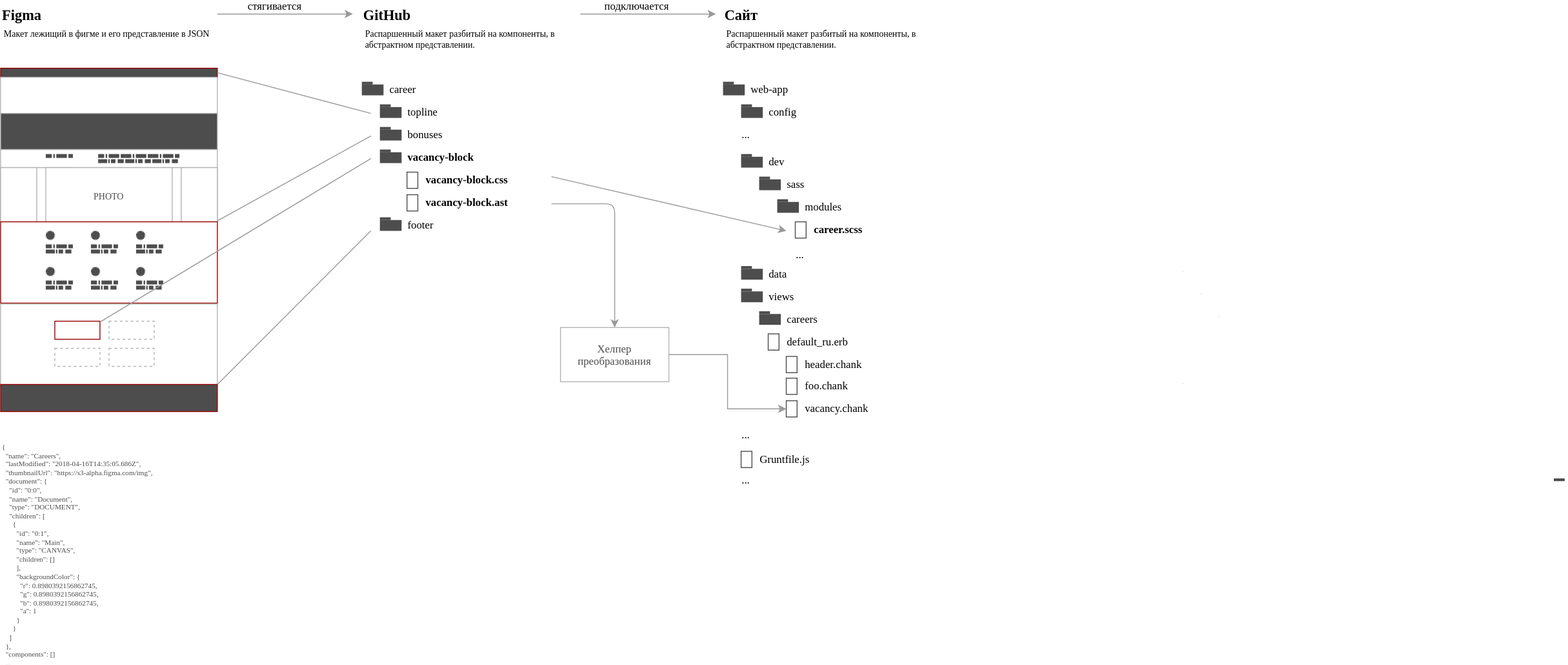
The draw.io diagram ambitious-figma.svg in ajile/draw-io, before a commit. Source tidied: cells renumbered, new cells last; positions are measured from the earlier drawing's top-left corner, leaving out a move shared by most shapes.
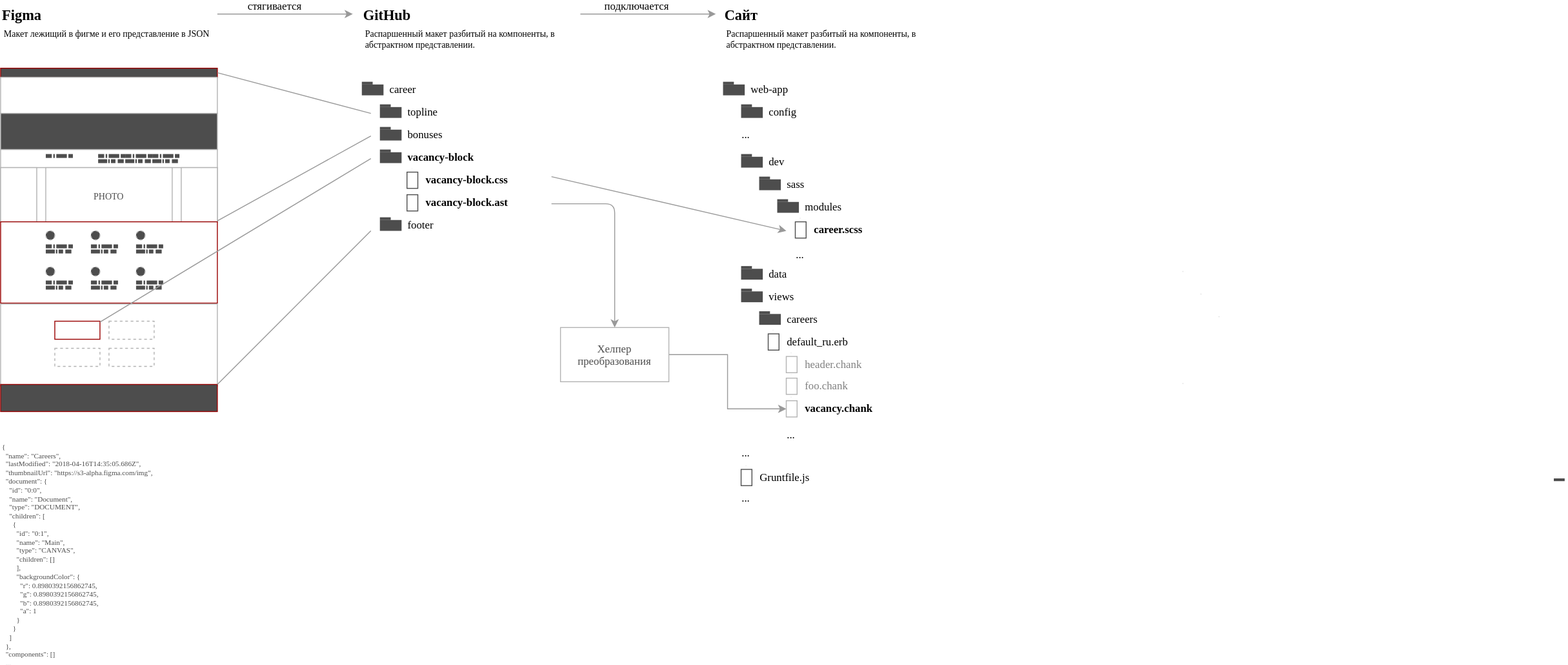
After the change.

What changed in the source:
```diff
@@ -673,7 +673,7 @@
       <mxGeometry x="824" y="83" width="136" height="20" as="geometry" />
     </mxCell>
     <mxCell id="220" style="group;strokeColor=none;" parent="98" vertex="1">
-      <mxGeometry x="820" y="490" width="14" height="25" as="geometry" />
+      <mxGeometry x="820" y="510" width="14" height="25" as="geometry" />
     </mxCell>
     <mxCell id="221" style="edgeStyle=none;rounded=0;html=1;exitX=0.75;exitY=0;entryX=0.75;entryY=0;dashed=1;labelBackgroundColor=none;startArrow=none;startFill=0;startSize=16;endArrow=classicThin;endFill=1;endSize=4;jettySize=auto;orthogonalLoop=1;strokeColor=#999999;strokeWidth=1;fontFamily=Verdana;fontSize=10;fontColor=#000000;" parent="220" edge="1">
       <mxGeometry relative="1" as="geometry">
@@ -688,7 +688,7 @@
       <mxGeometry y="-1" width="12" height="18" as="geometry" />
     </mxCell>
     <mxCell id="224" value="Gruntfile.js&lt;br style=&quot;font-size: 12px&quot;&gt;" style="text;html=1;strokeColor=none;fillColor=none;align=left;verticalAlign=middle;whiteSpace=wrap;rounded=0;shadow=0;fontFamily=Verdana;fontSize=12;fontColor=#000000;spacingLeft=5;" parent="98" vertex="1">
-      <mxGeometry x="834" y="492" width="136" height="20" as="geometry" />
+      <mxGeometry x="834" y="512" width="136" height="20" as="geometry" />
     </mxCell>
     <mxCell id="225" value="...&lt;br style=&quot;font-size: 12px&quot;&gt;" style="text;html=1;strokeColor=none;fillColor=none;align=left;verticalAlign=middle;whiteSpace=wrap;rounded=0;shadow=0;fontFamily=Verdana;fontSize=12;fontColor=#000000;spacingLeft=5;" parent="98" vertex="1">
       <mxGeometry x="814" y="133" width="136" height="20" as="geometry" />
@@ -730,10 +730,10 @@
       <mxGeometry x="864" y="362" width="136" height="20" as="geometry" />
     </mxCell>
     <mxCell id="237" value="...&lt;br style=&quot;font-size: 12px&quot;&gt;" style="text;html=1;strokeColor=none;fillColor=none;align=left;verticalAlign=middle;whiteSpace=wrap;rounded=0;shadow=0;fontFamily=Verdana;fontSize=12;fontColor=#000000;spacingLeft=5;" parent="98" vertex="1">
-      <mxGeometry x="814" y="465" width="136" height="20" as="geometry" />
+      <mxGeometry x="814" y="485" width="136" height="20" as="geometry" />
     </mxCell>
     <mxCell id="238" value="...&lt;br style=&quot;font-size: 12px&quot;&gt;" style="text;html=1;strokeColor=none;fillColor=none;align=left;verticalAlign=middle;whiteSpace=wrap;rounded=0;shadow=0;fontFamily=Verdana;fontSize=12;fontColor=#000000;spacingLeft=5;" parent="98" vertex="1">
-      <mxGeometry x="814" y="515" width="136" height="20" as="geometry" />
+      <mxGeometry x="814" y="535" width="136" height="20" as="geometry" />
     </mxCell>
     <mxCell id="239" style="endArrow=classic;html=1;labelBackgroundColor=none;strokeColor=#999999;strokeWidth=1;fontFamily=Verdana;fontSize=12;fontColor=#000000;startArrow=none;startFill=0;endFill=1;entryX=0.5;entryY=0;edgeStyle=orthogonalEdgeStyle;" parent="98" edge="1" target="273">
       <mxGeometry relative="1" as="geometry">
@@ -878,10 +878,10 @@
     <mxCell id="276" style="group;" parent="274" vertex="1">
       <mxGeometry y="5" width="14" height="20" as="geometry" />
     </mxCell>
-    <mxCell id="277" style="rounded=0;whiteSpace=wrap;html=1;shadow=0;strokeColor=#4D4D4D;strokeWidth=1;fillColor=#ffffff;fontFamily=Verdana;fontSize=10;fontColor=#000000;align=left;gradientColor=none;" parent="276" vertex="1">
+    <mxCell id="277" style="rounded=0;whiteSpace=wrap;html=1;shadow=0;strokeColor=#B3B3B3;strokeWidth=1;fillColor=#ffffff;fontFamily=Verdana;fontSize=10;fontColor=#000000;align=left;gradientColor=none;" parent="276" vertex="1">
       <mxGeometry y="-1" width="12" height="18" as="geometry" />
     </mxCell>
-    <mxCell id="278" value="header.chank&lt;br style=&quot;font-size: 12px&quot;&gt;" style="text;html=1;strokeColor=none;fillColor=none;align=left;verticalAlign=middle;whiteSpace=wrap;rounded=0;shadow=0;fontFamily=Verdana;fontSize=12;fontColor=#000000;spacingLeft=5;fontStyle=0;" parent="98" vertex="1">
+    <mxCell id="278" value="header.chank&lt;br style=&quot;font-size: 12px&quot;&gt;" style="text;html=1;strokeColor=none;fillColor=none;align=left;verticalAlign=middle;whiteSpace=wrap;rounded=0;shadow=0;fontFamily=Verdana;fontSize=12;fontColor=#808080;spacingLeft=5;fontStyle=0;" parent="98" vertex="1">
       <mxGeometry x="884" y="387" width="136" height="20" as="geometry" />
     </mxCell>
     <mxCell id="279" style="group;strokeColor=none;" parent="98" vertex="1">
@@ -896,10 +896,13 @@
     <mxCell id="281" style="group;" parent="279" vertex="1">
       <mxGeometry y="5" width="14" height="20" as="geometry" />
     </mxCell>
-    <mxCell id="282" style="rounded=0;whiteSpace=wrap;html=1;shadow=0;strokeColor=#4D4D4D;strokeWidth=1;fillColor=#ffffff;fontFamily=Verdana;fontSize=10;fontColor=#000000;align=left;gradientColor=none;" parent="281" vertex="1">
+    <mxCell id="282" style="rounded=0;whiteSpace=wrap;html=1;shadow=0;strokeColor=#B3B3B3;strokeWidth=1;fillColor=#ffffff;fontFamily=Verdana;fontSize=10;fontColor=#000000;align=left;gradientColor=none;" parent="281" vertex="1">
       <mxGeometry y="-1" width="12" height="18" as="geometry" />
     </mxCell>
+    <mxCell id="290" style="edgeStyle=orthogonalEdgeStyle;rounded=0;html=1;exitX=0;exitY=0.5;entryX=0;entryY=0.5;labelBackgroundColor=none;startArrow=none;startFill=0;endArrow=classic;endFill=1;jettySize=auto;orthogonalLoop=1;strokeColor=#B3B3B3;strokeWidth=1;fontFamily=Verdana;fontSize=12;fontColor=#4D4D4D;" parent="281" edge="1" source="282" target="282">
+      <mxGeometry relative="1" as="geometry" />
+    </mxCell>
-    <mxCell id="283" value="foo.chank&lt;br style=&quot;font-size: 12px&quot;&gt;" style="text;html=1;strokeColor=none;fillColor=none;align=left;verticalAlign=middle;whiteSpace=wrap;rounded=0;shadow=0;fontFamily=Verdana;fontSize=12;fontColor=#000000;spacingLeft=5;fontStyle=0;" parent="98" vertex="1">
+    <mxCell id="283" value="foo.chank&lt;br style=&quot;font-size: 12px&quot;&gt;" style="text;html=1;strokeColor=none;fillColor=none;align=left;verticalAlign=middle;whiteSpace=wrap;rounded=0;shadow=0;fontFamily=Verdana;fontSize=12;fontColor=#808080;spacingLeft=5;fontStyle=0;" parent="98" vertex="1">
       <mxGeometry x="884" y="411" width="136" height="20" as="geometry" />
     </mxCell>
     <mxCell id="284" style="group;strokeColor=none;" parent="98" vertex="1">
@@ -914,14 +917,20 @@
     <mxCell id="286" style="group;" parent="284" vertex="1">
       <mxGeometry y="5" width="14" height="20" as="geometry" />
     </mxCell>
-    <mxCell id="287" style="rounded=0;whiteSpace=wrap;html=1;shadow=0;strokeColor=#4D4D4D;strokeWidth=1;fillColor=#ffffff;fontFamily=Verdana;fontSize=10;fontColor=#000000;align=left;gradientColor=none;" parent="286" vertex="1">
+    <mxCell id="287" style="rounded=0;whiteSpace=wrap;html=1;shadow=0;strokeColor=#B3B3B3;strokeWidth=1;fillColor=#ffffff;fontFamily=Verdana;fontSize=10;fontColor=#000000;align=left;gradientColor=none;" parent="286" vertex="1">
       <mxGeometry y="-1" width="12" height="18" as="geometry" />
     </mxCell>
-    <mxCell id="288" value="vacancy.chank&lt;br style=&quot;font-size: 12px&quot;&gt;" style="text;html=1;strokeColor=none;fillColor=none;align=left;verticalAlign=middle;whiteSpace=wrap;rounded=0;shadow=0;fontFamily=Verdana;fontSize=12;fontColor=#000000;spacingLeft=5;fontStyle=0;" parent="98" vertex="1">
+    <mxCell id="288" value="vacancy.chank&lt;br style=&quot;font-size: 12px&quot;&gt;" style="text;html=1;strokeColor=none;fillColor=none;align=left;verticalAlign=middle;whiteSpace=wrap;rounded=0;shadow=0;fontFamily=Verdana;fontSize=12;fontColor=#000000;spacingLeft=5;fontStyle=1;" parent="98" vertex="1">
       <mxGeometry x="884" y="436" width="136" height="20" as="geometry" />
     </mxCell>
-    <mxCell id="289" style="edgeStyle=orthogonalEdgeStyle;rounded=0;html=1;exitX=0.25;exitY=1;entryX=0.25;entryY=1;labelBackgroundColor=none;startArrow=none;startFill=0;endArrow=classic;endFill=1;jettySize=auto;orthogonalLoop=1;strokeColor=#999999;strokeWidth=1;fontFamily=Verdana;fontSize=12;fontColor=#4D4D4D;" parent="98" edge="1" source="288" target="288">
-      <mxGeometry relative="1" as="geometry" />
+    <mxCell id="289" style="edgeStyle=orthogonalEdgeStyle;rounded=0;html=1;exitX=0.25;exitY=1;entryX=0.25;entryY=1;labelBackgroundColor=none;startArrow=none;startFill=0;endArrow=classic;endFill=1;jettySize=auto;orthogonalLoop=1;strokeColor=#999999;strokeWidth=1;fontFamily=Verdana;fontSize=12;fontColor=#4D4D4D;" parent="98" edge="1">
+      <mxGeometry relative="1" as="geometry">
+        <mxPoint x="918" y="476" as="sourcePoint" />
+        <mxPoint x="918" y="476" as="targetPoint" />
+      </mxGeometry>
     </mxCell>
+    <mxCell id="291" value="...&lt;br style=&quot;font-size: 12px&quot;&gt;" style="text;html=1;strokeColor=none;fillColor=none;align=left;verticalAlign=middle;whiteSpace=wrap;rounded=0;shadow=0;fontFamily=Verdana;fontSize=12;fontColor=#000000;spacingLeft=5;" parent="98" vertex="1">
+      <mxGeometry x="864" y="465" width="136" height="20" as="geometry" />
+    </mxCell>
   </root>
 </mxGraphModel>
```
